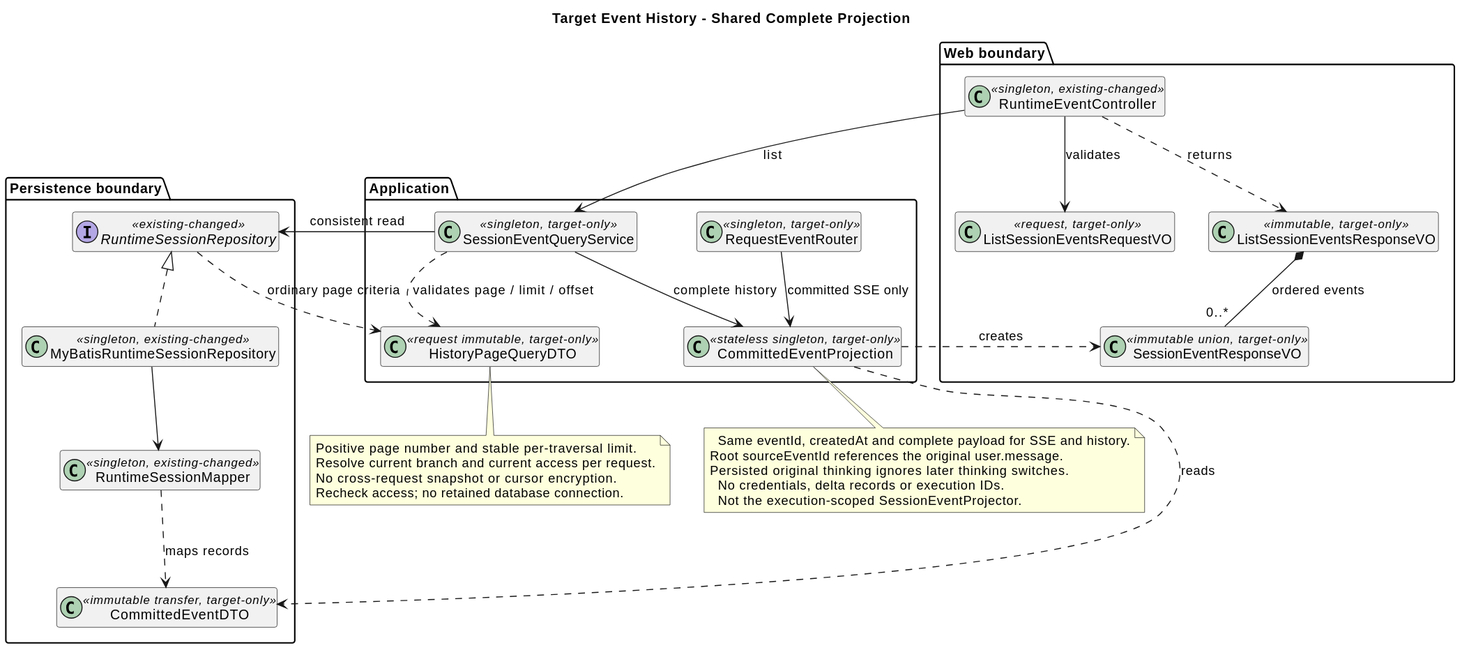
The PlantUML diagram 01-总体架构/01-CampusClaw多Agent运行时/设计图/事件历史查询/target_event_history_classes.svg in ssm0808/pi-mono-java-design, before a commit.
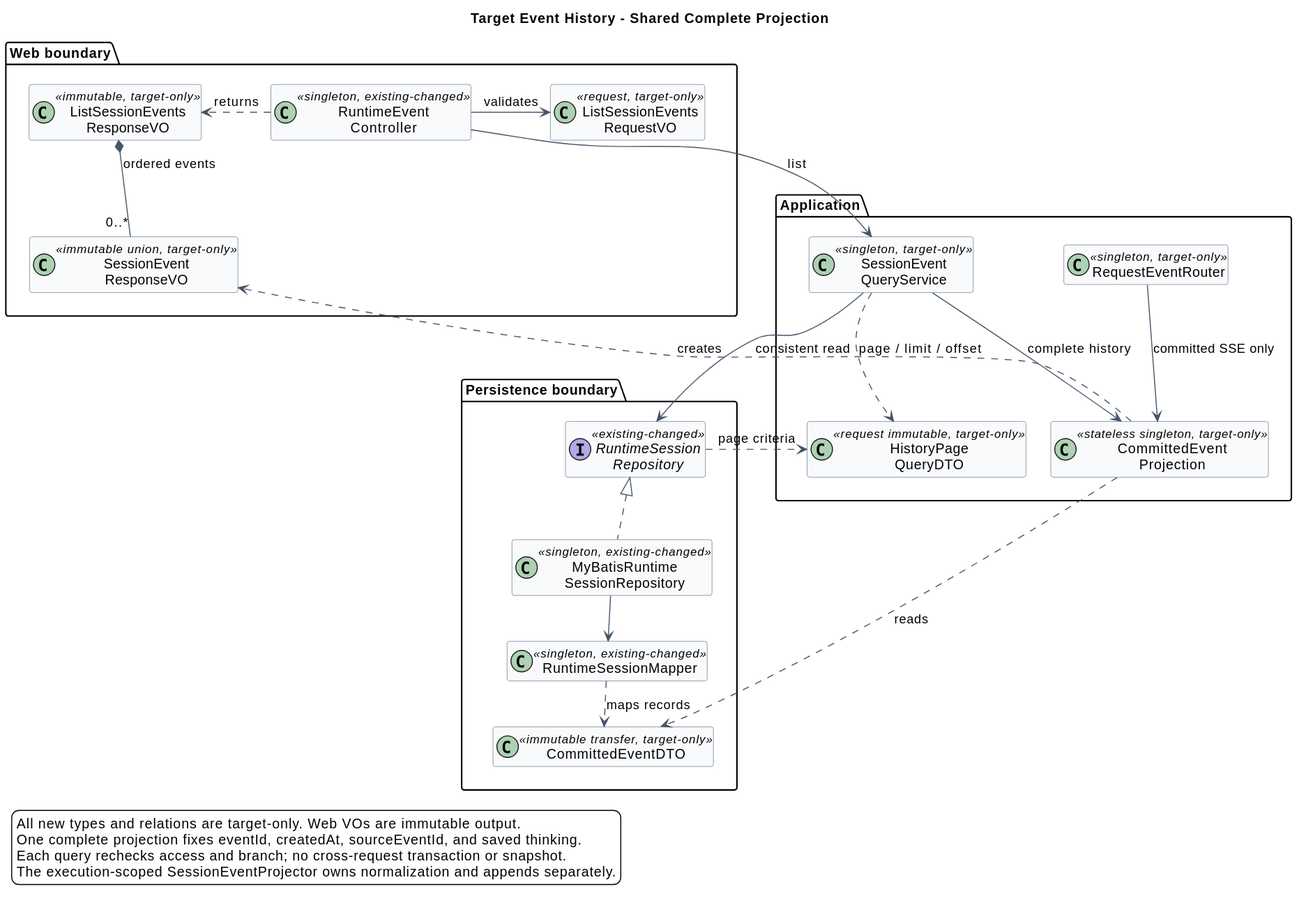
The same diagram one commit later.

Diff of the diagram source:
```diff
@@ -1,50 +1,56 @@
 @startuml
 title Target Event History - Shared Complete Projection
+top to bottom direction
 hide empty members
+skinparam backgroundColor white
+skinparam shadowing false
 skinparam classAttributeIconSize 0
-package "Web boundary" {
-  class RuntimeEventController <<singleton, existing-changed>>
-  class ListSessionEventsRequestVO <<request, target-only>>
-  class ListSessionEventsResponseVO <<immutable, target-only>>
-  class SessionEventResponseVO <<immutable union, target-only>>
+skinparam nodesep 25
+skinparam ranksep 30
+skinparam ArrowColor #475569
+skinparam ClassBorderColor #64748B
+skinparam ClassBackgroundColor #F8FAFC
+skinparam stereotypeFontSize 10
+
+package "Web boundary" as WEB {
+  class "RuntimeEvent\nController" as RuntimeEventController <<singleton, existing-changed>>
+  class "ListSessionEvents\nRequestVO" as ListSessionEventsRequestVO <<request, target-only>>
+  class "ListSessionEvents\nResponseVO" as ListSessionEventsResponseVO <<immutable, target-only>>
+  class "SessionEvent\nResponseVO" as SessionEventResponseVO <<immutable union, target-only>>
 }
-package "Application" {
-  class SessionEventQueryService <<singleton, target-only>>
-  class HistoryPageQueryDTO <<request immutable, target-only>>
-  class CommittedEventProjection <<stateless singleton, target-only>>
+package "Application" as APP {
+  class "SessionEvent\nQueryService" as SessionEventQueryService <<singleton, target-only>>
+  class "HistoryPage\nQueryDTO" as HistoryPageQueryDTO <<request immutable, target-only>>
+  class "CommittedEvent\nProjection" as CommittedEventProjection <<stateless singleton, target-only>>
   class RequestEventRouter <<singleton, target-only>>
 }
-package "Persistence boundary" {
-  interface RuntimeSessionRepository <<existing-changed>>
-  class MyBatisRuntimeSessionRepository <<singleton, existing-changed>>
+package "Persistence boundary" as DB {
+  interface "RuntimeSession\nRepository" as RuntimeSessionRepository <<existing-changed>>
+  class "MyBatisRuntime\nSessionRepository" as MyBatisRuntimeSessionRepository <<singleton, existing-changed>>
   class CommittedEventDTO <<immutable transfer, target-only>>
   class RuntimeSessionMapper <<singleton, existing-changed>>
 }
-RuntimeEventController --> ListSessionEventsRequestVO : validates
+RuntimeEventController -[norank]-> ListSessionEventsRequestVO : validates
+WEB -[hidden]down- APP
+APP -[hidden]down- DB
 RuntimeEventController --> SessionEventQueryService : list
-RuntimeEventController ..> ListSessionEventsResponseVO : returns
+RuntimeEventController .[norank].> ListSessionEventsResponseVO : returns
 ListSessionEventsResponseVO *-- "0..*" SessionEventResponseVO : ordered events
-SessionEventQueryService ..> HistoryPageQueryDTO : validates page / limit / offset
+SessionEventQueryService ..> HistoryPageQueryDTO : page / limit / offset
 SessionEventQueryService --> RuntimeSessionRepository : consistent read
 SessionEventQueryService --> CommittedEventProjection : complete history
 RequestEventRouter --> CommittedEventProjection : committed SSE only
 CommittedEventProjection ..> CommittedEventDTO : reads
-CommittedEventProjection ..> SessionEventResponseVO : creates
+CommittedEventProjection .[norank].> SessionEventResponseVO : creates
 RuntimeSessionRepository <|.. MyBatisRuntimeSessionRepository
 MyBatisRuntimeSessionRepository --> RuntimeSessionMapper
 RuntimeSessionMapper ..> CommittedEventDTO : maps records
-RuntimeSessionRepository ..> HistoryPageQueryDTO : ordinary page criteria
-note bottom of HistoryPageQueryDTO
-  Positive page number and stable per-traversal limit.
-  Resolve current branch and current access per request.
-  No cross-request snapshot or cursor encryption.
-  Recheck access; no retained database connection.
-end note
-note bottom of CommittedEventProjection
-  Same eventId, createdAt and complete payload for SSE and history.
-Root sourceEventId references the original user.message.
-Persisted original thinking ignores later thinking switches.
-  No credentials, delta records or execution IDs.
-  Not the execution-scoped SessionEventProjector.
-end note
+RuntimeSessionRepository ..> HistoryPageQueryDTO : page criteria
+
+legend bottom left
+All new types and relations are target-only. Web VOs are immutable output.
+One complete projection fixes eventId, createdAt, sourceEventId, and saved thinking.
+Each query rechecks access and branch; no cross-request transaction or snapshot.
+The execution-scoped SessionEventProjector owns normalization and appends separately.
+endlegend
 @enduml
```
